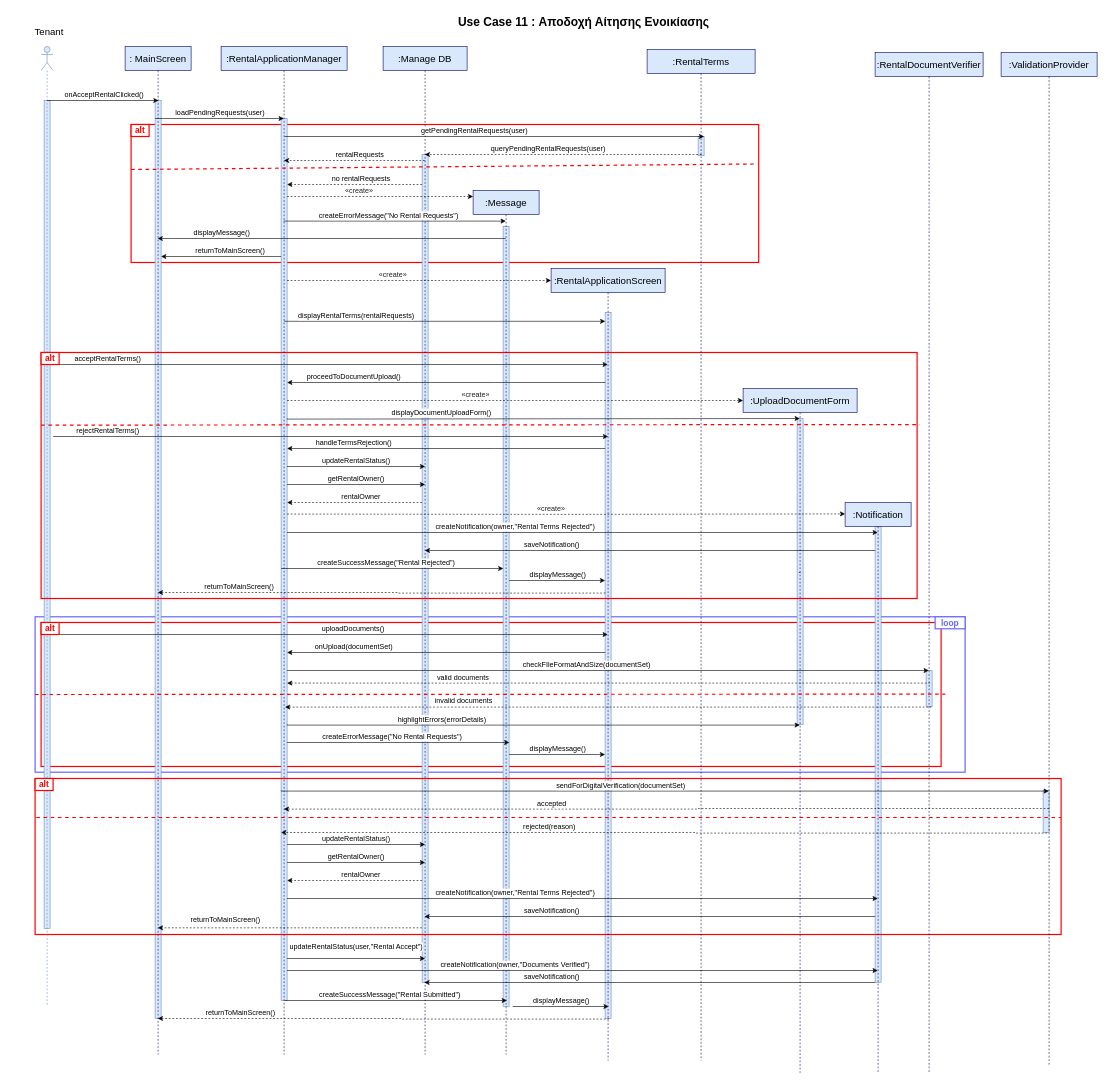
Before: page "use-case-11" (11 of 15) of FINAL DIAGRAMS/final_sequences.drawio in evelinastavropoulou/HomeLink, a draw.io diagram. Source tidied: cells renumbered, new cells numbered last; positions are measured from the earlier drawing's top-left corner, leaving out a move shared by most shapes. Both pictures are drawn from the tidied source at 60%, with x=0, y=0 at pixel (10, 10).
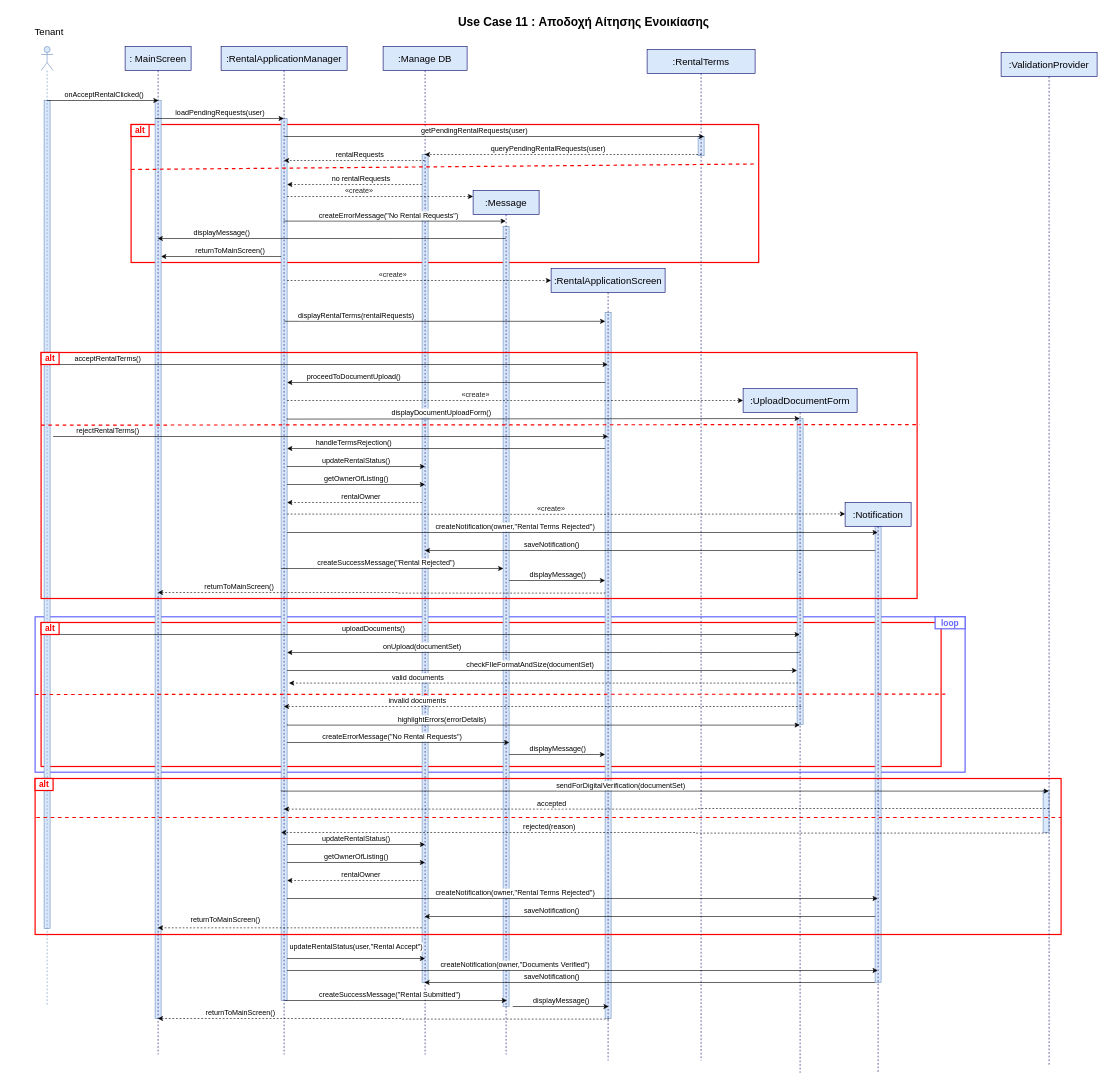
After the change.

The change refers to these unchanged cells:
```xml
<mxCell id="22" value=":RentalApplicationManager" style="shape=umlLifeline;perimeter=lifelinePerimeter;whiteSpace=wrap;html=1;outlineConnect=0;portConstraint=eastwest;newEdgeStyle={&quot;curved&quot;:0,&quot;rounded&quot;:0};fillColor=#dae8fc;strokeColor=#000066;fontSize=16;" parent="1" vertex="1">
  <mxGeometry x="351" y="60" width="210" height="1680" as="geometry" />
</mxCell>
<mxCell id="25" value=":UploadDocumentForm" style="shape=umlLifeline;perimeter=lifelinePerimeter;whiteSpace=wrap;html=1;outlineConnect=0;portConstraint=eastwest;newEdgeStyle={&quot;curved&quot;:0,&quot;rounded&quot;:0};fillColor=#dae8fc;strokeColor=#000066;fontSize=16;" parent="1" vertex="1">
  <mxGeometry x="1221" y="630" width="190" height="1140.5" as="geometry" />
</mxCell>
<mxCell id="68" style="edgeStyle=orthogonalEdgeStyle;rounded=0;orthogonalLoop=1;jettySize=auto;html=1;curved=0;" parent="1" edge="1">
  <mxGeometry relative="1" as="geometry">
    <mxPoint x="461" y="790" as="sourcePoint" />
    <mxPoint x="691" y="790" as="targetPoint" />
  </mxGeometry>
</mxCell>
<mxCell id="113" style="edgeStyle=orthogonalEdgeStyle;rounded=0;orthogonalLoop=1;jettySize=auto;html=1;curved=0;" parent="1" edge="1">
  <mxGeometry relative="1" as="geometry">
    <mxPoint x="461" y="1420" as="sourcePoint" />
    <mxPoint x="691" y="1420" as="targetPoint" />
  </mxGeometry>
</mxCell>
```

The edit, as a diff of the source:
```diff
@@
-    <mxCell id="7" style="rounded=0;whiteSpace=wrap;html=1;fillColor=#dae8fc;strokeColor=#6c8ebf;" parent="1" vertex="1">
-      <mxGeometry x="1526" y="1100" width="10" height="60" as="geometry" />
-    </mxCell>
@@
-    <mxCell id="24" value=":RentalDocumentVerifier" style="shape=umlLifeline;perimeter=lifelinePerimeter;whiteSpace=wrap;html=1;newEdgeStyle={&quot;curved&quot;:0,&quot;rounded&quot;:0};fillColor=#dae8fc;strokeColor=#000066;fontSize=16;" parent="1" vertex="1">
-      <mxGeometry x="1441" y="70" width="180" height="1700" as="geometry" />
-    </mxCell>
@@
-    <mxCell id="69" value="getRentalOwner()" style="edgeLabel;html=1;align=center;verticalAlign=middle;fontSize=12;" parent="68" vertex="1">
+    <mxCell id="69" value="getOwnerOfListing()" style="edgeLabel;html=1;align=center;verticalAlign=middle;fontSize=12;" parent="68" vertex="1">
       <mxGeometry x="-0.14" y="3" relative="1" as="geometry">
         <mxPoint x="15" y="-7" as="offset" />
       </mxGeometry>
     </mxCell>
@@
-    <mxCell id="86" style="edgeStyle=orthogonalEdgeStyle;rounded=0;orthogonalLoop=1;jettySize=auto;html=1;curved=0;" parent="1" edge="1">
+    <mxCell id="86" style="edgeStyle=orthogonalEdgeStyle;rounded=0;jettySize=auto;html=1;curved=0;" parent="1" edge="1" target="25">
       <mxGeometry relative="1" as="geometry">
         <mxPoint x="61" y="1040" as="sourcePoint" />
-        <mxPoint x="995.5" y="1040" as="targetPoint" />
         <Array as="points">
-          <mxPoint x="741" y="1040" />
-          <mxPoint x="741" y="1040" />
+          <mxPoint x="976" y="1040" />
+          <mxPoint x="976" y="1040" />
         </Array>
       </mxGeometry>
     </mxCell>
     <mxCell id="87" value="uploadDocuments()" style="edgeLabel;html=1;align=center;verticalAlign=middle;fontSize=12;" parent="86" vertex="1">
       <mxGeometry x="-0.14" y="3" relative="1" as="geometry">
-        <mxPoint x="107" y="-7" as="offset" />
+        <mxPoint x="4" y="-7" as="offset" />
       </mxGeometry>
     </mxCell>
-    <mxCell id="88" style="edgeStyle=orthogonalEdgeStyle;rounded=0;orthogonalLoop=1;jettySize=auto;html=1;curved=0;" parent="1" edge="1">
+    <mxCell id="88" style="edgeStyle=orthogonalEdgeStyle;rounded=0;jettySize=auto;html=1;curved=0;" parent="1" edge="1" source="25">
       <mxGeometry relative="1" as="geometry">
-        <mxPoint x="991.2" y="1070" as="sourcePoint" />
         <mxPoint x="461" y="1070" as="targetPoint" />
         <Array as="points">
-          <mxPoint x="806.8" y="1070" />
-          <mxPoint x="806.8" y="1070" />
+          <mxPoint x="1077" y="1070" />
+          <mxPoint x="1077" y="1070" />
         </Array>
       </mxGeometry>
     </mxCell>
@@
     <mxCell id="90" style="edgeStyle=orthogonalEdgeStyle;rounded=0;orthogonalLoop=1;jettySize=auto;html=1;curved=0;" parent="1" edge="1">
       <mxGeometry relative="1" as="geometry">
         <mxPoint x="461" y="1100" as="sourcePoint" />
-        <mxPoint x="1530.5" y="1100" as="targetPoint" />
+        <mxPoint x="1311" y="1100" as="targetPoint" />
         <Array as="points">
           <mxPoint x="1241" y="1100" />
           <mxPoint x="1241" y="1100" />
         </Array>
       </mxGeometry>
     </mxCell>
@@
     <mxCell id="92" style="edgeStyle=orthogonalEdgeStyle;rounded=0;orthogonalLoop=1;jettySize=auto;html=1;curved=0;dashed=1;" parent="1" edge="1">
       <mxGeometry relative="1" as="geometry">
-        <mxPoint x="1531.8" y="1120" as="sourcePoint" />
-        <mxPoint x="461" y="1121" as="targetPoint" />
+        <mxPoint x="1311.8" y="1120" as="sourcePoint" />
+        <mxPoint x="464" y="1121" as="targetPoint" />
         <Array as="points">
-          <mxPoint x="1532" y="1121" />
+          <mxPoint x="1312" y="1121" />
         </Array>
       </mxGeometry>
     </mxCell>
@@
-    <mxCell id="94" style="edgeStyle=orthogonalEdgeStyle;rounded=0;orthogonalLoop=1;jettySize=auto;html=1;curved=0;dashed=1;" parent="1" edge="1">
+    <mxCell id="94" style="edgeStyle=orthogonalEdgeStyle;rounded=0;jettySize=auto;html=1;curved=0;dashed=1;" parent="1" edge="1" target="22">
       <mxGeometry relative="1" as="geometry">
-        <mxPoint x="1534.4" y="1160" as="sourcePoint" />
-        <mxPoint x="457.6" y="1161" as="targetPoint" />
+        <mxPoint x="1317.8" y="1160" as="sourcePoint" />
         <Array as="points">
-          <mxPoint x="1534.6" y="1161" />
+          <mxPoint x="697" y="1160" />
+          <mxPoint x="697" y="1160" />
         </Array>
       </mxGeometry>
     </mxCell>
@@
-    <mxCell id="114" value="getRentalOwner()" style="edgeLabel;html=1;align=center;verticalAlign=middle;fontSize=12;" parent="113" vertex="1">
+    <mxCell id="114" value="getOwnerOfListing()" style="edgeLabel;html=1;align=center;verticalAlign=middle;fontSize=12;" parent="113" vertex="1">
       <mxGeometry x="-0.14" y="3" relative="1" as="geometry">
         <mxPoint x="15" y="-7" as="offset" />
       </mxGeometry>
     </mxCell>
```
